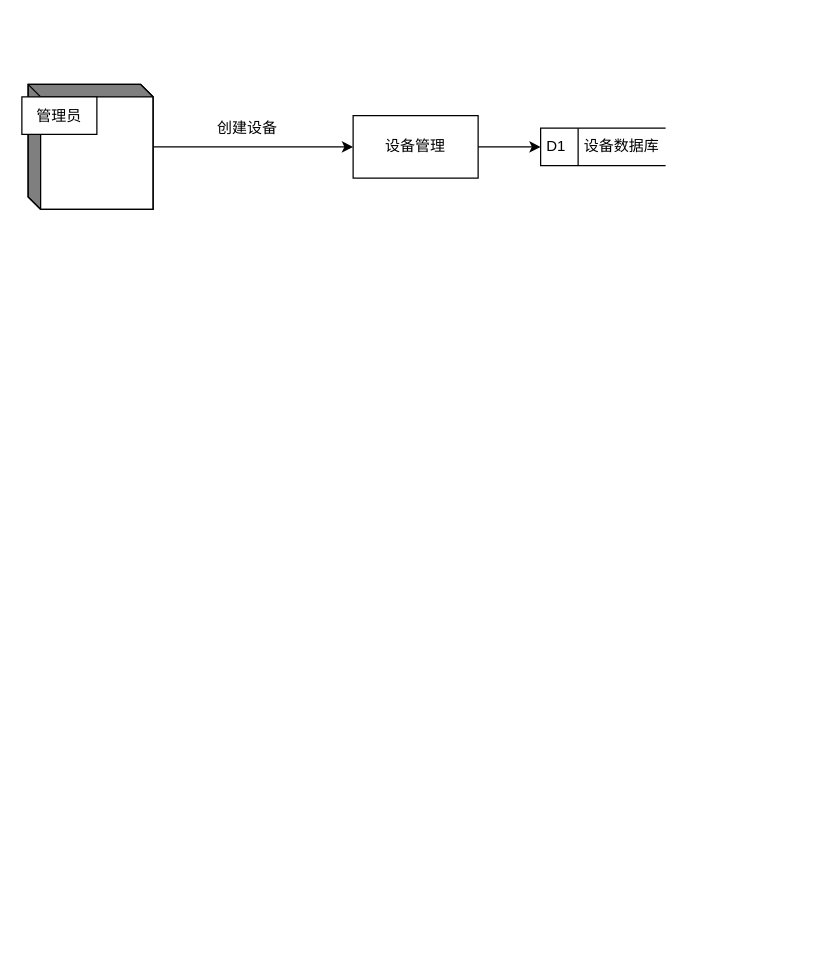
Before: dfd02.drawio in leegaox/draw, a draw.io diagram. Source tidied: cells renumbered, new cells numbered last; positions are measured from the earlier drawing's top-left corner, leaving out a move shared by most shapes. Both pictures are drawn from the tidied source at 125%, with x=0, y=0 at pixel (28, 84).
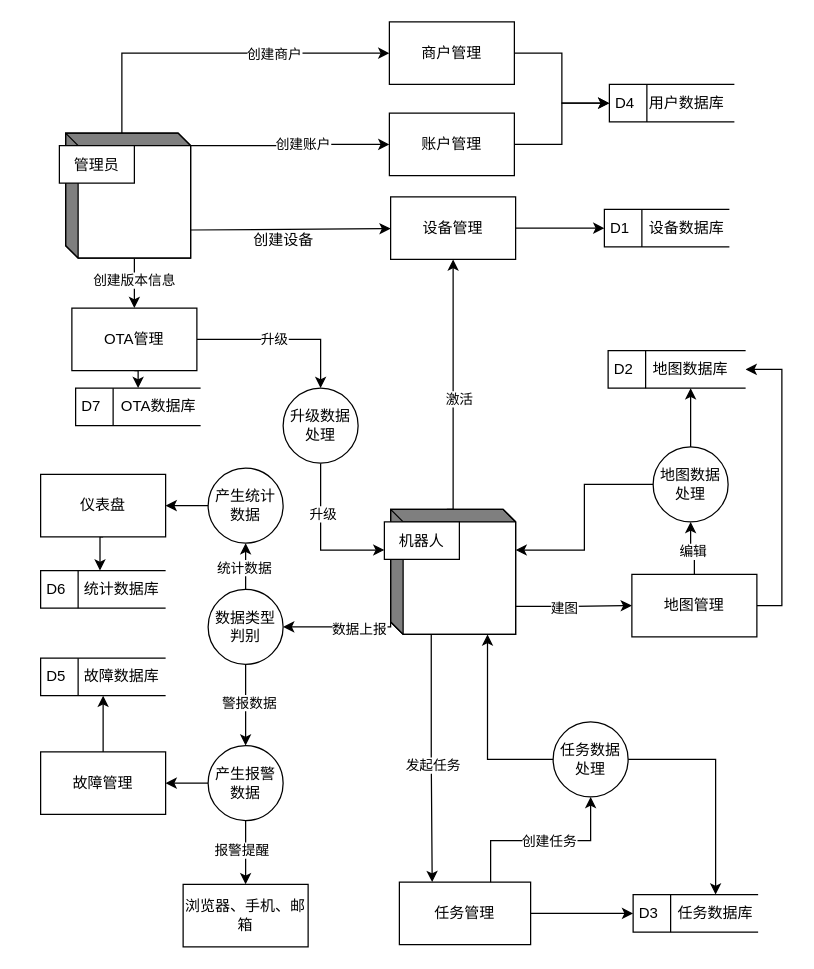
After the change.

What changed in the source:
```diff
@@
+    <mxCell id="10" style="edgeStyle=orthogonalEdgeStyle;rounded=0;jettySize=auto;html=1;exitX=0;exitY=0;exitDx=100;exitDy=10;exitPerimeter=0;entryX=0;entryY=0.5;entryDx=0;entryDy=0;" parent="1" edge="1" source="2" target="46">
+      <mxGeometry relative="1" as="geometry" />
+    </mxCell>
+    <mxCell id="11" value="创建账户" style="edgeLabel;html=1;align=center;verticalAlign=middle;" parent="10" vertex="1">
+      <mxGeometry x="0.12" y="1" relative="1" as="geometry" />
+    </mxCell>
+    <mxCell id="12" style="edgeStyle=orthogonalEdgeStyle;rounded=0;jettySize=auto;html=1;exitX=0;exitY=0;exitDx=45;exitDy=0;exitPerimeter=0;entryX=0;entryY=0.5;entryDx=0;entryDy=0;" parent="1" edge="1" source="2" target="48">
+      <mxGeometry relative="1" as="geometry" />
+    </mxCell>
+    <mxCell id="13" value="创建商户" style="edgeLabel;html=1;align=center;verticalAlign=middle;" parent="12" vertex="1">
+      <mxGeometry x="0.33" relative="1" as="geometry" />
+    </mxCell>
+    <mxCell id="4" style="edgeStyle=orthogonalEdgeStyle;rounded=0;jettySize=auto;html=1;exitX=1;exitY=0.5;exitDx=0;exitDy=0;entryX=0;entryY=0.5;entryDx=0;entryDy=0;" parent="1" edge="1" source="5" target="8">
+      <mxGeometry relative="1" as="geometry" />
+    </mxCell>
+    <mxCell id="14" style="edgeStyle=orthogonalEdgeStyle;rounded=0;jettySize=auto;html=1;exitX=0;exitY=0;exitDx=55;exitDy=100;exitPerimeter=0;entryX=0.5;entryY=0;entryDx=0;entryDy=0;" parent="1" edge="1" source="2" target="73">
+      <mxGeometry relative="1" as="geometry" />
+    </mxCell>
+    <mxCell id="15" value="创建版本信息" style="edgeLabel;html=1;align=center;verticalAlign=middle;" parent="14" vertex="1">
+      <mxGeometry x="-0.14" y="-1" relative="1" as="geometry" />
+    </mxCell>
     <mxCell id="2" style="html=1;dashed=0;whiteSpace=wrap;shape=mxgraph.dfd.externalEntity;" parent="1" vertex="1">
-      <mxGeometry width="100" height="100" as="geometry" />
+      <mxGeometry x="30" y="39" width="100" height="100" as="geometry" />
     </mxCell>
@@
-    <mxCell id="4" style="edgeStyle=orthogonalEdgeStyle;rounded=0;jettySize=auto;html=1;exitX=1;exitY=0.5;exitDx=0;exitDy=0;entryX=0;entryY=0.5;entryDx=0;entryDy=0;" parent="1" edge="1" source="5" target="8">
-      <mxGeometry relative="1" as="geometry" />
-    </mxCell>
     <mxCell id="5" value="设备管理" style="html=1;dashed=0;whiteSpace=wrap;" parent="1" vertex="1">
-      <mxGeometry x="260" y="25" width="100" height="50" as="geometry" />
+      <mxGeometry x="290" y="90" width="100" height="50" as="geometry" />
     </mxCell>
-    <mxCell id="6" style="endArrow=classic;html=1;rounded=0;" parent="1" edge="1" source="2" target="5">
+    <mxCell id="6" style="endArrow=classic;html=1;rounded=0;exitX=0;exitY=0;exitDx=100;exitDy=77.5;exitPerimeter=0;" parent="1" edge="1" source="2" target="5">
       <mxGeometry relative="1" as="geometry" />
     </mxCell>
     <mxCell id="7" value="创建设备" style="text;html=1;align=center;verticalAlign=middle;strokeColor=none;fillColor=none;" parent="1" vertex="1">
-      <mxGeometry x="140" y="20" width="70" height="30" as="geometry" />
+      <mxGeometry x="169" y="110" width="70" height="30" as="geometry" />
     </mxCell>
     <mxCell id="8" value="D1" style="html=1;dashed=0;whiteSpace=wrap;shape=mxgraph.dfd.dataStoreID;align=left;spacingLeft=3;points=[[0,0],[0.5,0],[1,0],[0,0.5],[1,0.5],[0,1],[0.5,1],[1,1]];" parent="1" vertex="1">
-      <mxGeometry x="410" y="35" width="100" height="30" as="geometry" />
+      <mxGeometry x="461" y="100" width="100" height="30" as="geometry" />
     </mxCell>
     <mxCell id="9" value="设备数据库" style="text;html=1;align=center;verticalAlign=middle;whiteSpace=wrap;rounded=0;" parent="1" vertex="1">
-      <mxGeometry x="440" y="35" width="70" height="30" as="geometry" />
+      <mxGeometry x="492" y="100" width="70" height="30" as="geometry" />
     </mxCell>
+    <mxCell id="16" style="edgeStyle=orthogonalEdgeStyle;rounded=0;jettySize=auto;html=1;exitX=0;exitY=0;exitDx=45;exitDy=0;exitPerimeter=0;entryX=0.5;entryY=1;entryDx=0;entryDy=0;" parent="1" edge="1" source="24" target="5">
+      <mxGeometry relative="1" as="geometry">
+        <Array as="points">
+          <mxPoint x="340" y="340" />
+          <mxPoint x="340" y="165" />
+        </Array>
+      </mxGeometry>
+    </mxCell>
+    <mxCell id="17" value="激活" style="edgeLabel;html=1;align=center;verticalAlign=middle;" parent="16" vertex="1">
+      <mxGeometry x="-0.08" y="-4" relative="1" as="geometry" />
+    </mxCell>
+    <mxCell id="18" style="edgeStyle=orthogonalEdgeStyle;rounded=0;jettySize=auto;html=1;exitX=0;exitY=0;exitDx=32.5;exitDy=100;exitPerimeter=0;entryX=0.25;entryY=0;entryDx=0;entryDy=0;" parent="1" edge="1" source="24" target="33">
+      <mxGeometry relative="1" as="geometry" />
+    </mxCell>
+    <mxCell id="19" value="发起任务" style="edgeLabel;html=1;align=center;verticalAlign=middle;" parent="18" vertex="1">
+      <mxGeometry x="0.06" relative="1" as="geometry" />
+    </mxCell>
+    <mxCell id="20" style="edgeStyle=orthogonalEdgeStyle;rounded=0;jettySize=auto;html=1;exitX=0;exitY=0;exitDx=0;exitDy=67.5;exitPerimeter=0;entryX=1;entryY=0.5;entryDx=0;entryDy=0;" parent="1" edge="1" source="24" target="40">
+      <mxGeometry relative="1" as="geometry">
+        <Array as="points">
+          <mxPoint x="290" y="434" />
+        </Array>
+      </mxGeometry>
+    </mxCell>
+    <mxCell id="21" value="数据上报" style="edgeLabel;html=1;align=center;verticalAlign=middle;" parent="20" vertex="1">
+      <mxGeometry x="-0.08" y="1" relative="1" as="geometry" />
+    </mxCell>
+    <mxCell id="22" style="edgeStyle=orthogonalEdgeStyle;rounded=0;jettySize=auto;html=1;exitX=0;exitY=0;exitDx=100;exitDy=77.5;exitPerimeter=0;entryX=0;entryY=0.5;entryDx=0;entryDy=0;" parent="1" edge="1" source="24" target="29">
+      <mxGeometry relative="1" as="geometry" />
+    </mxCell>
+    <mxCell id="23" value="建图" style="edgeLabel;html=1;align=center;verticalAlign=middle;" parent="22" vertex="1">
+      <mxGeometry x="-0.19" relative="1" as="geometry">
+        <mxPoint y="1" as="offset" />
+      </mxGeometry>
+    </mxCell>
+    <mxCell id="24" style="html=1;dashed=0;whiteSpace=wrap;shape=mxgraph.dfd.externalEntity;" parent="1" vertex="1">
+      <mxGeometry x="290" y="340" width="100" height="100" as="geometry" />
+    </mxCell>
+    <mxCell id="25" value="机器人" style="strokeColor=inherit;fillColor=inherit;gradientColor=inherit;" parent="24" vertex="1">
+      <mxGeometry width="60" height="30" relative="1" as="geometry">
+        <mxPoint x="-5" y="10" as="offset" />
+      </mxGeometry>
+    </mxCell>
+    <mxCell id="26" style="edgeStyle=orthogonalEdgeStyle;rounded=0;jettySize=auto;html=1;exitX=0.5;exitY=0;exitDx=0;exitDy=0;entryX=0.5;entryY=1;entryDx=0;entryDy=0;" parent="1" edge="1" source="29" target="59">
+      <mxGeometry relative="1" as="geometry" />
+    </mxCell>
+    <mxCell id="27" value="编辑" style="edgeLabel;html=1;align=center;verticalAlign=middle;" parent="26" vertex="1">
+      <mxGeometry x="-0.16" y="2" relative="1" as="geometry" />
+    </mxCell>
+    <mxCell id="28" style="edgeStyle=orthogonalEdgeStyle;rounded=0;jettySize=auto;html=1;exitX=1;exitY=0.5;exitDx=0;exitDy=0;entryX=1;entryY=0.5;entryDx=0;entryDy=0;" parent="1" edge="1" source="29" target="30">
+      <mxGeometry relative="1" as="geometry" />
+    </mxCell>
+    <mxCell id="29" value="地图管理" style="html=1;dashed=0;whiteSpace=wrap;" parent="1" vertex="1">
+      <mxGeometry x="483" y="392" width="100" height="50" as="geometry" />
+    </mxCell>
+    <mxCell id="30" value="D2" style="html=1;dashed=0;whiteSpace=wrap;shape=mxgraph.dfd.dataStoreID;align=left;spacingLeft=3;points=[[0,0],[0.5,0],[1,0],[0,0.5],[1,0.5],[0,1],[0.5,1],[1,1]];" parent="1" vertex="1">
+      <mxGeometry x="464" y="213" width="110" height="30" as="geometry" />
+    </mxCell>
+    <mxCell id="31" value="地图数据库" style="text;html=1;align=center;verticalAlign=middle;whiteSpace=wrap;rounded=0;" parent="1" vertex="1">
+      <mxGeometry x="495" y="213" width="70" height="30" as="geometry" />
+    </mxCell>
+    <mxCell id="32" style="edgeStyle=orthogonalEdgeStyle;rounded=0;jettySize=auto;html=1;exitX=1;exitY=0.5;exitDx=0;exitDy=0;entryX=0;entryY=0.5;entryDx=0;entryDy=0;" parent="1" edge="1" source="33" target="34">
+      <mxGeometry relative="1" as="geometry" />
+    </mxCell>
+    <mxCell id="33" value="任务管理" style="html=1;dashed=0;whiteSpace=wrap;" parent="1" vertex="1">
+      <mxGeometry x="297" y="638.2" width="105" height="50" as="geometry" />
+    </mxCell>
+    <mxCell id="34" value="D3" style="html=1;dashed=0;whiteSpace=wrap;shape=mxgraph.dfd.dataStoreID;align=left;spacingLeft=3;points=[[0,0],[0.5,0],[1,0],[0,0.5],[1,0.5],[0,1],[0.5,1],[1,1]];" parent="1" vertex="1">
+      <mxGeometry x="484" y="648.2" width="100" height="30" as="geometry" />
+    </mxCell>
+    <mxCell id="35" value="任务数据库" style="text;html=1;align=center;verticalAlign=middle;whiteSpace=wrap;rounded=0;" parent="1" vertex="1">
+      <mxGeometry x="510" y="648.2" width="80" height="30" as="geometry" />
+    </mxCell>
+    <mxCell id="36" style="edgeStyle=orthogonalEdgeStyle;rounded=0;jettySize=auto;html=1;exitX=0.5;exitY=1;exitDx=0;exitDy=0;entryX=0.5;entryY=0;entryDx=0;entryDy=0;" parent="1" edge="1" source="40" target="44">
+      <mxGeometry relative="1" as="geometry" />
+    </mxCell>
+    <mxCell id="37" value="警报数据" style="edgeLabel;html=1;align=center;verticalAlign=middle;" parent="36" vertex="1">
+      <mxGeometry x="-0.07" y="2" relative="1" as="geometry" />
+    </mxCell>
+    <mxCell id="38" style="edgeStyle=orthogonalEdgeStyle;rounded=0;jettySize=auto;html=1;exitX=0.5;exitY=0;exitDx=0;exitDy=0;" parent="1" edge="1" source="40">
+      <mxGeometry relative="1" as="geometry">
+        <mxPoint x="174" y="367" as="targetPoint" />
+      </mxGeometry>
+    </mxCell>
+    <mxCell id="39" value="统计数据" style="edgeLabel;html=1;align=center;verticalAlign=middle;" parent="38" vertex="1">
+      <mxGeometry x="-0.03" y="2" relative="1" as="geometry" />
+    </mxCell>
+    <mxCell id="40" value="数据类型判别" style="shape=ellipse;html=1;dashed=0;whiteSpace=wrap;perimeter=ellipsePerimeter;" parent="1" vertex="1">
+      <mxGeometry x="144" y="404" width="60" height="60" as="geometry" />
+    </mxCell>
+    <mxCell id="41" style="edgeStyle=orthogonalEdgeStyle;rounded=0;jettySize=auto;html=1;exitX=0.5;exitY=1;exitDx=0;exitDy=0;entryX=0.5;entryY=0;entryDx=0;entryDy=0;" parent="1" edge="1" source="44" target="53">
+      <mxGeometry relative="1" as="geometry" />
+    </mxCell>
+    <mxCell id="42" value="报警提醒" style="edgeLabel;html=1;align=center;verticalAlign=middle;" parent="41" vertex="1">
+      <mxGeometry x="-0.1" y="-4" relative="1" as="geometry" />
+    </mxCell>
+    <mxCell id="43" style="edgeStyle=orthogonalEdgeStyle;rounded=0;jettySize=auto;html=1;exitX=0;exitY=0.5;exitDx=0;exitDy=0;entryX=1;entryY=0.5;entryDx=0;entryDy=0;" parent="1" edge="1" source="44" target="52">
+      <mxGeometry relative="1" as="geometry" />
+    </mxCell>
+    <mxCell id="44" value="产生报警数据" style="shape=ellipse;html=1;dashed=0;whiteSpace=wrap;perimeter=ellipsePerimeter;" parent="1" vertex="1">
+      <mxGeometry x="144" y="529" width="60" height="60" as="geometry" />
+    </mxCell>
+    <mxCell id="45" style="edgeStyle=orthogonalEdgeStyle;rounded=0;jettySize=auto;html=1;exitX=1;exitY=0.5;exitDx=0;exitDy=0;entryX=0;entryY=0.5;entryDx=0;entryDy=0;" parent="1" edge="1" source="46" target="49">
+      <mxGeometry relative="1" as="geometry" />
+    </mxCell>
+    <mxCell id="46" value="账户管理" style="html=1;dashed=0;whiteSpace=wrap;" parent="1" vertex="1">
+      <mxGeometry x="289" y="23" width="100" height="50" as="geometry" />
+    </mxCell>
+    <mxCell id="47" style="edgeStyle=orthogonalEdgeStyle;rounded=0;jettySize=auto;html=1;exitX=1;exitY=0.5;exitDx=0;exitDy=0;entryX=0;entryY=0.5;entryDx=0;entryDy=0;" parent="1" edge="1" source="48" target="49">
+      <mxGeometry relative="1" as="geometry" />
+    </mxCell>
+    <mxCell id="48" value="商户管理" style="html=1;dashed=0;whiteSpace=wrap;" parent="1" vertex="1">
+      <mxGeometry x="289" y="-50" width="100" height="50" as="geometry" />
+    </mxCell>
+    <mxCell id="49" value="D4" style="html=1;dashed=0;whiteSpace=wrap;shape=mxgraph.dfd.dataStoreID;align=left;spacingLeft=3;points=[[0,0],[0.5,0],[1,0],[0,0.5],[1,0.5],[0,1],[0.5,1],[1,1]];" parent="1" vertex="1">
+      <mxGeometry x="465" width="100" height="30" as="geometry" />
+    </mxCell>
+    <mxCell id="50" value="用户数据库" style="text;html=1;align=center;verticalAlign=middle;whiteSpace=wrap;rounded=0;" parent="1" vertex="1">
+      <mxGeometry x="492" width="70" height="30" as="geometry" />
+    </mxCell>
+    <mxCell id="51" style="edgeStyle=orthogonalEdgeStyle;rounded=0;jettySize=auto;html=1;exitX=0.5;exitY=0;exitDx=0;exitDy=0;entryX=0.5;entryY=1;entryDx=0;entryDy=0;" parent="1" edge="1" source="52" target="54">
+      <mxGeometry relative="1" as="geometry" />
+    </mxCell>
+    <mxCell id="52" value="故障管理" style="html=1;dashed=0;whiteSpace=wrap;" parent="1" vertex="1">
+      <mxGeometry x="10" y="534" width="100" height="50" as="geometry" />
+    </mxCell>
+    <mxCell id="53" value="浏览器、手机、邮箱" style="html=1;dashed=0;whiteSpace=wrap;" parent="1" vertex="1">
+      <mxGeometry x="124" y="640" width="100" height="50" as="geometry" />
+    </mxCell>
+    <mxCell id="54" value="D5" style="html=1;dashed=0;whiteSpace=wrap;shape=mxgraph.dfd.dataStoreID;align=left;spacingLeft=3;points=[[0,0],[0.5,0],[1,0],[0,0.5],[1,0.5],[0,1],[0.5,1],[1,1]];" parent="1" vertex="1">
+      <mxGeometry x="10" y="459" width="100" height="30" as="geometry" />
+    </mxCell>
+    <mxCell id="55" value="故障数据库" style="text;html=1;align=center;verticalAlign=middle;whiteSpace=wrap;rounded=0;" parent="1" vertex="1">
+      <mxGeometry x="40" y="459" width="70" height="30" as="geometry" />
+    </mxCell>
+    <mxCell id="56" style="edgeStyle=orthogonalEdgeStyle;rounded=0;jettySize=auto;html=1;exitX=0.924;exitY=0;exitDx=0;exitDy=0;exitPerimeter=0;entryX=0.5;entryY=1;entryDx=0;entryDy=0;" parent="1" edge="1" target="61">
+      <mxGeometry relative="1" as="geometry">
+        <mxPoint x="370" y="638.2" as="sourcePoint" />
+        <Array as="points">
+          <mxPoint x="370" y="605" />
+          <mxPoint x="450" y="605" />
+        </Array>
+      </mxGeometry>
+    </mxCell>
+    <mxCell id="57" value="创建任务" style="edgeLabel;html=1;align=center;verticalAlign=middle;" parent="56" vertex="1">
+      <mxGeometry x="0.09" y="-1" relative="1" as="geometry">
+        <mxPoint x="-1" y="-1" as="offset" />
+      </mxGeometry>
+    </mxCell>
+    <mxCell id="58" style="edgeStyle=orthogonalEdgeStyle;rounded=0;jettySize=auto;html=1;exitX=0.5;exitY=0;exitDx=0;exitDy=0;entryX=0.5;entryY=1;entryDx=0;entryDy=0;" parent="1" edge="1" source="59" target="31">
+      <mxGeometry relative="1" as="geometry" />
+    </mxCell>
+    <mxCell id="59" value="地图数据处理" style="shape=ellipse;html=1;dashed=0;whiteSpace=wrap;perimeter=ellipsePerimeter;" parent="1" vertex="1">
+      <mxGeometry x="500" y="290" width="60" height="60" as="geometry" />
+    </mxCell>
+    <mxCell id="60" style="edgeStyle=orthogonalEdgeStyle;rounded=0;jettySize=auto;html=1;exitX=1;exitY=0.5;exitDx=0;exitDy=0;entryX=0.5;entryY=0;entryDx=0;entryDy=0;" parent="1" edge="1" source="61" target="35">
+      <mxGeometry relative="1" as="geometry" />
+    </mxCell>
+    <mxCell id="61" value="任务数据处理" style="shape=ellipse;html=1;dashed=0;whiteSpace=wrap;perimeter=ellipsePerimeter;" parent="1" vertex="1">
+      <mxGeometry x="420" y="510" width="60" height="60" as="geometry" />
+    </mxCell>
+    <mxCell id="62" style="edgeStyle=orthogonalEdgeStyle;rounded=0;jettySize=auto;html=1;exitX=0;exitY=0.5;exitDx=0;exitDy=0;entryX=0;entryY=0;entryDx=77.5;entryDy=100;entryPerimeter=0;" parent="1" edge="1" source="61" target="24">
+      <mxGeometry relative="1" as="geometry" />
+    </mxCell>
+    <mxCell id="63" style="edgeStyle=orthogonalEdgeStyle;rounded=0;jettySize=auto;html=1;exitX=0;exitY=0.5;exitDx=0;exitDy=0;entryX=0;entryY=0;entryDx=100;entryDy=32.5;entryPerimeter=0;" parent="1" edge="1" source="59" target="24">
+      <mxGeometry relative="1" as="geometry" />
+    </mxCell>
+    <mxCell id="64" style="edgeStyle=orthogonalEdgeStyle;rounded=0;jettySize=auto;html=1;exitX=0;exitY=0.5;exitDx=0;exitDy=0;entryX=1;entryY=0.5;entryDx=0;entryDy=0;" parent="1" edge="1" source="65" target="67">
+      <mxGeometry relative="1" as="geometry" />
+    </mxCell>
+    <mxCell id="65" value="产生统计数据" style="shape=ellipse;html=1;dashed=0;whiteSpace=wrap;perimeter=ellipsePerimeter;" parent="1" vertex="1">
+      <mxGeometry x="144" y="307" width="60" height="60" as="geometry" />
+    </mxCell>
+    <mxCell id="66" style="edgeStyle=orthogonalEdgeStyle;rounded=0;jettySize=auto;html=1;exitX=0.5;exitY=1;exitDx=0;exitDy=0;entryX=0.25;entryY=0;entryDx=0;entryDy=0;" parent="1" edge="1" source="67" target="69">
+      <mxGeometry relative="1" as="geometry" />
+    </mxCell>
+    <mxCell id="67" value="仪表盘" style="html=1;dashed=0;whiteSpace=wrap;" parent="1" vertex="1">
+      <mxGeometry x="10" y="312" width="100" height="50" as="geometry" />
+    </mxCell>
+    <mxCell id="68" value="D6" style="html=1;dashed=0;whiteSpace=wrap;shape=mxgraph.dfd.dataStoreID;align=left;spacingLeft=3;" parent="1" vertex="1">
+      <mxGeometry x="10" y="389" width="100" height="30" as="geometry" />
+    </mxCell>
+    <mxCell id="69" value="统计数据库" style="text;html=1;align=center;verticalAlign=middle;whiteSpace=wrap;rounded=0;" parent="1" vertex="1">
+      <mxGeometry x="40" y="389" width="70" height="30" as="geometry" />
+    </mxCell>
+    <mxCell id="70" style="edgeStyle=orthogonalEdgeStyle;rounded=0;jettySize=auto;html=1;exitX=1;exitY=0.5;exitDx=0;exitDy=0;entryX=0.5;entryY=0;entryDx=0;entryDy=0;" parent="1" edge="1" source="73" target="76">
+      <mxGeometry relative="1" as="geometry" />
+    </mxCell>
+    <mxCell id="71" value="升级" style="edgeLabel;html=1;align=center;verticalAlign=middle;" parent="70" vertex="1">
+      <mxGeometry x="-0.11" y="1" relative="1" as="geometry" />
+    </mxCell>
+    <mxCell id="72" style="edgeStyle=orthogonalEdgeStyle;rounded=0;jettySize=auto;html=1;exitX=0.5;exitY=1;exitDx=0;exitDy=0;entryX=0.5;entryY=0;entryDx=0;entryDy=0;" parent="1" edge="1" source="73" target="77">
+      <mxGeometry relative="1" as="geometry" />
+    </mxCell>
+    <mxCell id="73" value="OTA管理" style="html=1;dashed=0;whiteSpace=wrap;" parent="1" vertex="1">
+      <mxGeometry x="35" y="179" width="100" height="50" as="geometry" />
+    </mxCell>
+    <mxCell id="74" style="edgeStyle=orthogonalEdgeStyle;rounded=0;jettySize=auto;html=1;exitX=0.5;exitY=1;exitDx=0;exitDy=0;entryX=0;entryY=0.75;entryDx=0;entryDy=0;" parent="1" edge="1" source="76" target="25">
+      <mxGeometry relative="1" as="geometry" />
+    </mxCell>
+    <mxCell id="75" value="升级" style="edgeLabel;html=1;align=center;verticalAlign=middle;" parent="74" vertex="1">
+      <mxGeometry x="-0.33" y="1" relative="1" as="geometry" />
+    </mxCell>
+    <mxCell id="76" value="升级数据处理" style="shape=ellipse;html=1;dashed=0;whiteSpace=wrap;perimeter=ellipsePerimeter;" parent="1" vertex="1">
+      <mxGeometry x="204" y="243" width="60" height="60" as="geometry" />
+    </mxCell>
+    <mxCell id="77" value="D7" style="html=1;dashed=0;whiteSpace=wrap;shape=mxgraph.dfd.dataStoreID;align=left;spacingLeft=3;points=[[0,0],[0.5,0],[1,0],[0,0.5],[1,0.5],[0,1],[0.5,1],[1,1]];" parent="1" vertex="1">
+      <mxGeometry x="38" y="243" width="100" height="30" as="geometry" />
+    </mxCell>
+    <mxCell id="78" value="OTA数据库" style="text;html=1;align=center;verticalAlign=middle;whiteSpace=wrap;rounded=0;" parent="1" vertex="1">
+      <mxGeometry x="67" y="243" width="75" height="30" as="geometry" />
+    </mxCell>
```
